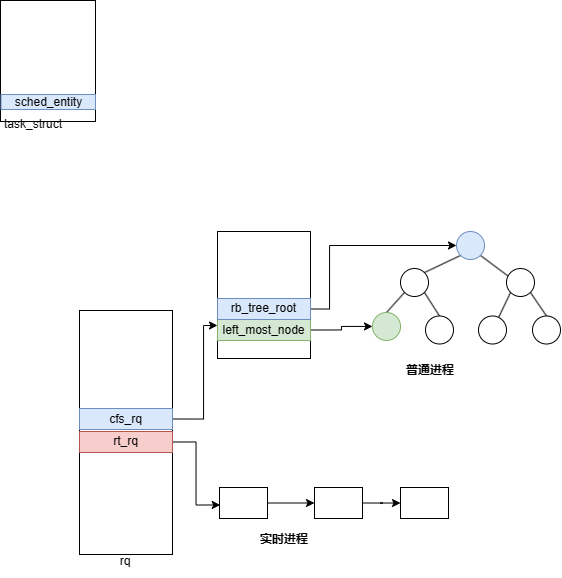
Earlier version of the draw.io export OS/linux2.6.32/进程调度/2.6.32进程调度.drawio.png (SixPlusAndTimes/drawio). Source tidied: cells renumbered, new cells last; positions are measured from the earlier drawing's top-left corner, leaving out a move shared by most shapes.
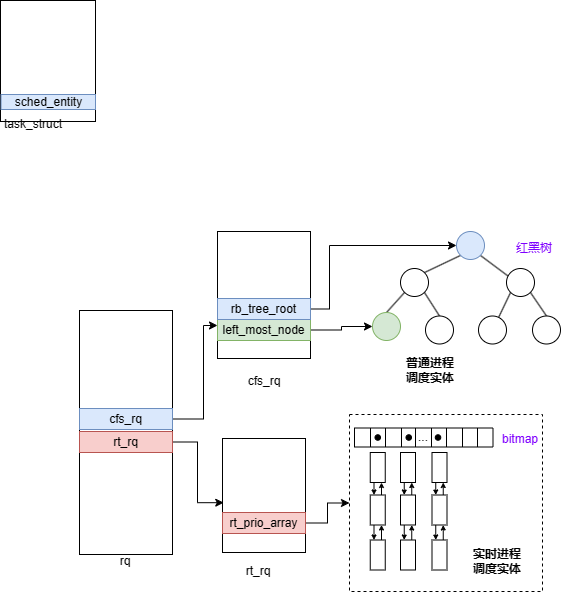
The same file after the commit.

Commit message:
更新2.6.32进程调度.drawio.png

Diff of the diagram source:
```diff
@@ -2,6 +2,9 @@
   <root>
     <mxCell id="0" />
     <mxCell id="1" parent="0" />
+    <mxCell id="36" style="rounded=0;whiteSpace=wrap;html=1;dashed=1;" parent="1" vertex="1">
+      <mxGeometry x="349" y="414" width="193" height="177" as="geometry" />
+    </mxCell>
     <mxCell id="2" style="rounded=0;whiteSpace=wrap;html=1;fillColor=default;" parent="1" vertex="1">
       <mxGeometry width="95" height="121" as="geometry" />
     </mxCell>
@@ -34,11 +37,8 @@
     <mxCell id="10" style="rounded=0;whiteSpace=wrap;html=1;" parent="1" vertex="1">
       <mxGeometry x="217" y="231" width="93" height="127" as="geometry" />
     </mxCell>
-    <mxCell id="11" style="edgeStyle=orthogonalEdgeStyle;rounded=0;jettySize=auto;html=1;exitX=1;exitY=0.5;exitDx=0;exitDy=0;" parent="1" edge="1" source="12" target="32">
-      <mxGeometry relative="1" as="geometry" />
-    </mxCell>
     <mxCell id="12" style="rounded=0;whiteSpace=wrap;html=1;" parent="1" vertex="1">
-      <mxGeometry x="219" y="487" width="48" height="31" as="geometry" />
+      <mxGeometry x="222" y="438" width="83" height="114" as="geometry" />
     </mxCell>
     <mxCell id="13" style="edgeStyle=orthogonalEdgeStyle;rounded=0;jettySize=auto;html=1;exitX=1;exitY=0.5;exitDx=0;exitDy=0;" parent="1" edge="1" source="14" target="24">
       <mxGeometry relative="1" as="geometry" />
@@ -99,20 +99,134 @@
     <mxCell id="30" style="ellipse;whiteSpace=wrap;html=1;" parent="1" vertex="1">
       <mxGeometry x="532" y="315.5" width="28" height="28" as="geometry" />
     </mxCell>
-    <mxCell id="31" style="edgeStyle=orthogonalEdgeStyle;rounded=0;jettySize=auto;html=1;exitX=1;exitY=0.5;exitDx=0;exitDy=0;" parent="1" edge="1" source="32" target="33">
-      <mxGeometry relative="1" as="geometry" />
-    </mxCell>
-    <mxCell id="32" style="rounded=0;whiteSpace=wrap;html=1;" parent="1" vertex="1">
-      <mxGeometry x="314" y="487" width="48" height="31" as="geometry" />
-    </mxCell>
-    <mxCell id="33" style="rounded=0;whiteSpace=wrap;html=1;" parent="1" vertex="1">
-      <mxGeometry x="400" y="487" width="48" height="31" as="geometry" />
-    </mxCell>
-    <mxCell id="34" value="&lt;b&gt;实时进程&lt;/b&gt;" style="text;html=1;strokeColor=none;fillColor=none;align=center;verticalAlign=middle;whiteSpace=wrap;rounded=0;" parent="1" vertex="1">
-      <mxGeometry x="254" y="524" width="60" height="30" as="geometry" />
+    <mxCell id="34" value="&lt;b&gt;实时进程&lt;br&gt;调度实体&lt;br&gt;&lt;/b&gt;" style="text;html=1;strokeColor=none;fillColor=none;align=center;verticalAlign=middle;whiteSpace=wrap;rounded=0;" parent="1" vertex="1">
+      <mxGeometry x="467" y="546" width="60" height="30" as="geometry" />
     </mxCell>
-    <mxCell id="35" value="&lt;b&gt;普通进程&lt;/b&gt;" style="text;html=1;strokeColor=none;fillColor=none;align=center;verticalAlign=middle;whiteSpace=wrap;rounded=0;" parent="1" vertex="1">
+    <mxCell id="35" value="&lt;b&gt;普通进程调度实体&lt;/b&gt;" style="text;html=1;strokeColor=none;fillColor=none;align=center;verticalAlign=middle;whiteSpace=wrap;rounded=0;" parent="1" vertex="1">
       <mxGeometry x="400" y="355" width="60" height="30" as="geometry" />
     </mxCell>
+    <mxCell id="37" value="cfs_rq" style="text;html=1;strokeColor=none;fillColor=none;align=center;verticalAlign=middle;whiteSpace=wrap;rounded=0;" parent="1" vertex="1">
+      <mxGeometry x="234" y="366" width="60" height="30" as="geometry" />
+    </mxCell>
+    <mxCell id="38" value="rt_rq" style="text;html=1;strokeColor=none;fillColor=none;align=center;verticalAlign=middle;whiteSpace=wrap;rounded=0;" parent="1" vertex="1">
+      <mxGeometry x="227.5" y="556" width="60" height="30" as="geometry" />
+    </mxCell>
+    <mxCell id="39" style="edgeStyle=orthogonalEdgeStyle;rounded=0;jettySize=auto;html=1;exitX=1;exitY=0.5;exitDx=0;exitDy=0;" parent="1" edge="1" source="40" target="36">
+      <mxGeometry relative="1" as="geometry" />
+    </mxCell>
+    <mxCell id="40" value="rt_prio_array" style="rounded=0;whiteSpace=wrap;html=1;fillColor=#f8cecc;strokeColor=#b85450;" parent="1" vertex="1">
+      <mxGeometry x="222" y="512" width="83" height="21" as="geometry" />
+    </mxCell>
+    <mxCell id="41" style="shape=table;startSize=0;" parent="1" vertex="1">
+      <mxGeometry x="354" y="427.5" width="138.5" height="19" as="geometry" />
+    </mxCell>
+    <mxCell id="42" style="shape=tableRow;horizontal=0;startSize=0;swimlaneHead=0;swimlaneBody=0;strokeColor=inherit;top=0;left=0;bottom=0;right=0;fillColor=none;" parent="41" vertex="1">
+      <mxGeometry width="138.5" height="19" as="geometry" />
+    </mxCell>
+    <mxCell id="43" style="shape=partialRectangle;html=1;whiteSpace=wrap;strokeColor=inherit;overflow=hidden;fillColor=none;top=0;left=0;bottom=0;right=0;" parent="42" vertex="1">
+      <mxGeometry width="16" height="19" as="geometry" />
+    </mxCell>
+    <mxCell id="44" style="shape=partialRectangle;html=1;whiteSpace=wrap;strokeColor=inherit;overflow=hidden;fillColor=none;top=0;left=0;bottom=0;right=0;" parent="42" vertex="1">
+      <mxGeometry x="16" width="15" height="19" as="geometry" />
+    </mxCell>
+    <mxCell id="45" style="shape=partialRectangle;html=1;whiteSpace=wrap;strokeColor=inherit;overflow=hidden;fillColor=none;top=0;left=0;bottom=0;right=0;" parent="42" vertex="1">
+      <mxGeometry x="31" width="16" height="19" as="geometry" />
+    </mxCell>
+    <mxCell id="46" style="shape=partialRectangle;html=1;whiteSpace=wrap;strokeColor=inherit;overflow=hidden;fillColor=none;top=0;left=0;bottom=0;right=0;" parent="42" vertex="1">
+      <mxGeometry x="47" width="14" height="19" as="geometry" />
+    </mxCell>
+    <mxCell id="47" value="..." style="shape=partialRectangle;html=1;whiteSpace=wrap;strokeColor=inherit;overflow=hidden;fillColor=none;top=0;left=0;bottom=0;right=0;" parent="42" vertex="1">
+      <mxGeometry x="61" width="16" height="19" as="geometry" />
+    </mxCell>
+    <mxCell id="48" style="shape=partialRectangle;html=1;whiteSpace=wrap;strokeColor=inherit;overflow=hidden;fillColor=none;top=0;left=0;bottom=0;right=0;" parent="42" vertex="1">
+      <mxGeometry x="77" width="15" height="19" as="geometry" />
+    </mxCell>
+    <mxCell id="49" style="shape=partialRectangle;html=1;whiteSpace=wrap;strokeColor=inherit;overflow=hidden;fillColor=none;top=0;left=0;bottom=0;right=0;" parent="42" vertex="1">
+      <mxGeometry x="92" width="16" height="19" as="geometry" />
+    </mxCell>
+    <mxCell id="50" style="shape=partialRectangle;html=1;whiteSpace=wrap;strokeColor=inherit;overflow=hidden;fillColor=none;top=0;left=0;bottom=0;right=0;" parent="42" vertex="1">
+      <mxGeometry x="108" width="15" height="19" as="geometry" />
+    </mxCell>
+    <mxCell id="51" style="shape=partialRectangle;html=1;whiteSpace=wrap;strokeColor=inherit;overflow=hidden;fillColor=none;top=0;left=0;bottom=0;right=0;" parent="42" vertex="1">
+      <mxGeometry x="123" width="16" height="19" as="geometry" />
+    </mxCell>
+    <mxCell id="52" value="&lt;font color=&quot;#7f00ff&quot;&gt;bitmap&lt;/font&gt;" style="text;html=1;strokeColor=none;fillColor=none;align=center;verticalAlign=middle;whiteSpace=wrap;rounded=0;" parent="1" vertex="1">
+      <mxGeometry x="490" y="424" width="60" height="30" as="geometry" />
+    </mxCell>
+    <mxCell id="53" style="ellipse;whiteSpace=wrap;html=1;fillColor=#000000;" parent="1" vertex="1">
+      <mxGeometry x="374.5" y="434.2" width="5.5" height="5.5" as="geometry" />
+    </mxCell>
+    <mxCell id="54" style="ellipse;whiteSpace=wrap;html=1;fillColor=#000000;" parent="1" vertex="1">
+      <mxGeometry x="405.5" y="434.2" width="5.5" height="5.5" as="geometry" />
+    </mxCell>
+    <mxCell id="55" style="ellipse;whiteSpace=wrap;html=1;fillColor=#000000;" parent="1" vertex="1">
+      <mxGeometry x="434.8" y="434.2" width="5.5" height="5.5" as="geometry" />
+    </mxCell>
+    <mxCell id="56" style="rounded=0;whiteSpace=wrap;html=1;" parent="1" vertex="1">
+      <mxGeometry x="369.8" y="452" width="15" height="30" as="geometry" />
+    </mxCell>
+    <mxCell id="57" style="edgeStyle=orthogonalEdgeStyle;rounded=0;jettySize=auto;html=1;exitX=0.75;exitY=0;exitDx=0;exitDy=0;entryX=0.75;entryY=1;entryDx=0;entryDy=0;endSize=3;" parent="1" edge="1" source="59" target="56">
+      <mxGeometry relative="1" as="geometry" />
+    </mxCell>
+    <mxCell id="58" style="edgeStyle=orthogonalEdgeStyle;rounded=0;jettySize=auto;html=1;exitX=0.25;exitY=1;exitDx=0;exitDy=0;entryX=0.25;entryY=0;entryDx=0;entryDy=0;endSize=3;" parent="1" edge="1" source="59" target="62">
+      <mxGeometry relative="1" as="geometry" />
+    </mxCell>
+    <mxCell id="59" style="rounded=0;whiteSpace=wrap;html=1;" parent="1" vertex="1">
+      <mxGeometry x="369.8" y="494.5" width="15" height="30" as="geometry" />
+    </mxCell>
+    <mxCell id="60" style="endArrow=classic;html=1;rounded=0;exitX=0.25;exitY=1;exitDx=0;exitDy=0;entryX=0.25;entryY=0;entryDx=0;entryDy=0;strokeWidth=1;startSize=1;endSize=3;" parent="1" edge="1" source="56" target="59">
+      <mxGeometry relative="1" as="geometry" />
+    </mxCell>
+    <mxCell id="61" style="edgeStyle=orthogonalEdgeStyle;rounded=0;jettySize=auto;html=1;exitX=0.75;exitY=0;exitDx=0;exitDy=0;entryX=0.75;entryY=1;entryDx=0;entryDy=0;startSize=3;endSize=3;" parent="1" edge="1" source="62" target="59">
+      <mxGeometry relative="1" as="geometry" />
+    </mxCell>
+    <mxCell id="62" style="rounded=0;whiteSpace=wrap;html=1;" parent="1" vertex="1">
+      <mxGeometry x="369.8" y="539.5" width="15" height="30" as="geometry" />
+    </mxCell>
+    <mxCell id="63" style="rounded=0;whiteSpace=wrap;html=1;" parent="1" vertex="1">
+      <mxGeometry x="400" y="452" width="15" height="30" as="geometry" />
+    </mxCell>
+    <mxCell id="64" style="edgeStyle=orthogonalEdgeStyle;rounded=0;jettySize=auto;html=1;exitX=0.75;exitY=0;exitDx=0;exitDy=0;entryX=0.75;entryY=1;entryDx=0;entryDy=0;endSize=3;" parent="1" edge="1" source="66" target="63">
+      <mxGeometry relative="1" as="geometry" />
+    </mxCell>
+    <mxCell id="65" style="edgeStyle=orthogonalEdgeStyle;rounded=0;jettySize=auto;html=1;exitX=0.25;exitY=1;exitDx=0;exitDy=0;entryX=0.25;entryY=0;entryDx=0;entryDy=0;endSize=3;" parent="1" edge="1" source="66" target="69">
+      <mxGeometry relative="1" as="geometry" />
+    </mxCell>
+    <mxCell id="66" style="rounded=0;whiteSpace=wrap;html=1;" parent="1" vertex="1">
+      <mxGeometry x="400" y="494.5" width="15" height="30" as="geometry" />
+    </mxCell>
+    <mxCell id="67" style="endArrow=classic;html=1;rounded=0;exitX=0.25;exitY=1;exitDx=0;exitDy=0;entryX=0.25;entryY=0;entryDx=0;entryDy=0;strokeWidth=1;startSize=1;endSize=3;" parent="1" edge="1" source="63" target="66">
+      <mxGeometry relative="1" as="geometry" />
+    </mxCell>
+    <mxCell id="68" style="edgeStyle=orthogonalEdgeStyle;rounded=0;jettySize=auto;html=1;exitX=0.75;exitY=0;exitDx=0;exitDy=0;entryX=0.75;entryY=1;entryDx=0;entryDy=0;startSize=3;endSize=3;" parent="1" edge="1" source="69" target="66">
+      <mxGeometry relative="1" as="geometry" />
+    </mxCell>
+    <mxCell id="69" style="rounded=0;whiteSpace=wrap;html=1;" parent="1" vertex="1">
+      <mxGeometry x="400" y="539.5" width="15" height="30" as="geometry" />
+    </mxCell>
+    <mxCell id="70" style="rounded=0;whiteSpace=wrap;html=1;" parent="1" vertex="1">
+      <mxGeometry x="431.5" y="452" width="15" height="30" as="geometry" />
+    </mxCell>
+    <mxCell id="71" style="edgeStyle=orthogonalEdgeStyle;rounded=0;jettySize=auto;html=1;exitX=0.75;exitY=0;exitDx=0;exitDy=0;entryX=0.75;entryY=1;entryDx=0;entryDy=0;endSize=3;" parent="1" edge="1" source="73" target="70">
+      <mxGeometry relative="1" as="geometry" />
+    </mxCell>
+    <mxCell id="72" style="edgeStyle=orthogonalEdgeStyle;rounded=0;jettySize=auto;html=1;exitX=0.25;exitY=1;exitDx=0;exitDy=0;entryX=0.25;entryY=0;entryDx=0;entryDy=0;endSize=3;" parent="1" edge="1" source="73" target="76">
+      <mxGeometry relative="1" as="geometry" />
+    </mxCell>
+    <mxCell id="73" style="rounded=0;whiteSpace=wrap;html=1;" parent="1" vertex="1">
+      <mxGeometry x="431.5" y="494.5" width="15" height="30" as="geometry" />
+    </mxCell>
+    <mxCell id="74" style="endArrow=classic;html=1;rounded=0;exitX=0.25;exitY=1;exitDx=0;exitDy=0;entryX=0.25;entryY=0;entryDx=0;entryDy=0;strokeWidth=1;startSize=1;endSize=3;" parent="1" edge="1" source="70" target="73">
+      <mxGeometry relative="1" as="geometry" />
+    </mxCell>
+    <mxCell id="75" style="edgeStyle=orthogonalEdgeStyle;rounded=0;jettySize=auto;html=1;exitX=0.75;exitY=0;exitDx=0;exitDy=0;entryX=0.75;entryY=1;entryDx=0;entryDy=0;startSize=3;endSize=3;" parent="1" edge="1" source="76" target="73">
+      <mxGeometry relative="1" as="geometry" />
+    </mxCell>
+    <mxCell id="76" style="rounded=0;whiteSpace=wrap;html=1;" parent="1" vertex="1">
+      <mxGeometry x="431.5" y="539.5" width="15" height="30" as="geometry" />
+    </mxCell>
+    <mxCell id="77" value="&lt;font color=&quot;#7f00ff&quot;&gt;红黑树&lt;/font&gt;" style="text;html=1;strokeColor=none;fillColor=none;align=center;verticalAlign=middle;whiteSpace=wrap;rounded=0;" parent="1" vertex="1">
+      <mxGeometry x="504" y="233" width="60" height="30" as="geometry" />
+    </mxCell>
   </root>
 </mxGraphModel>
```
